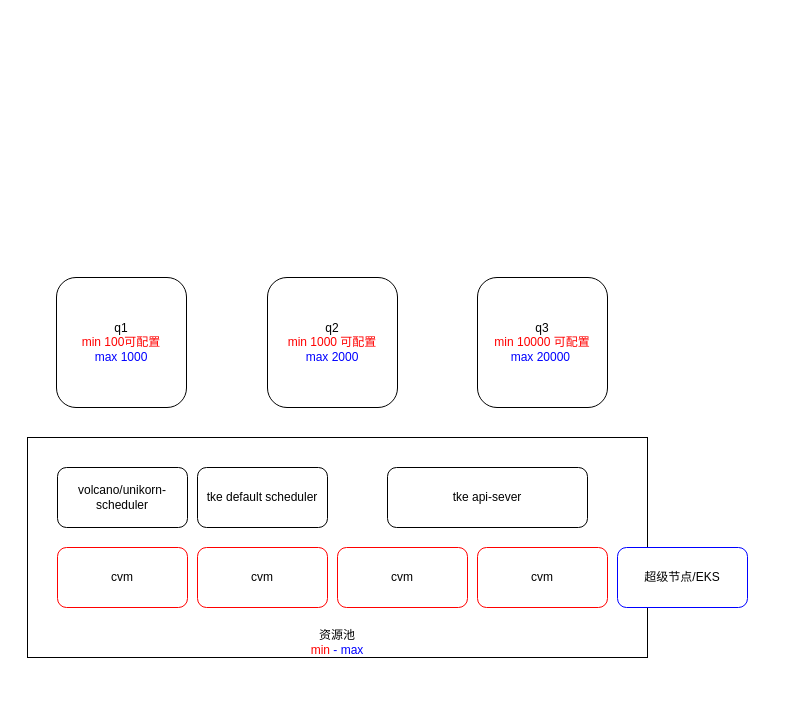
The draw.io diagram dlc-资源池设计.drawio in yuhuali1989/ui, before the edit. Source tidied: cells renumbered, new cells numbered last; positions are measured from the earlier drawing's top-left corner, leaving out a move shared by most shapes. Both pictures are drawn from the tidied source at 100%, with x=0, y=0 at pixel (27, 277).
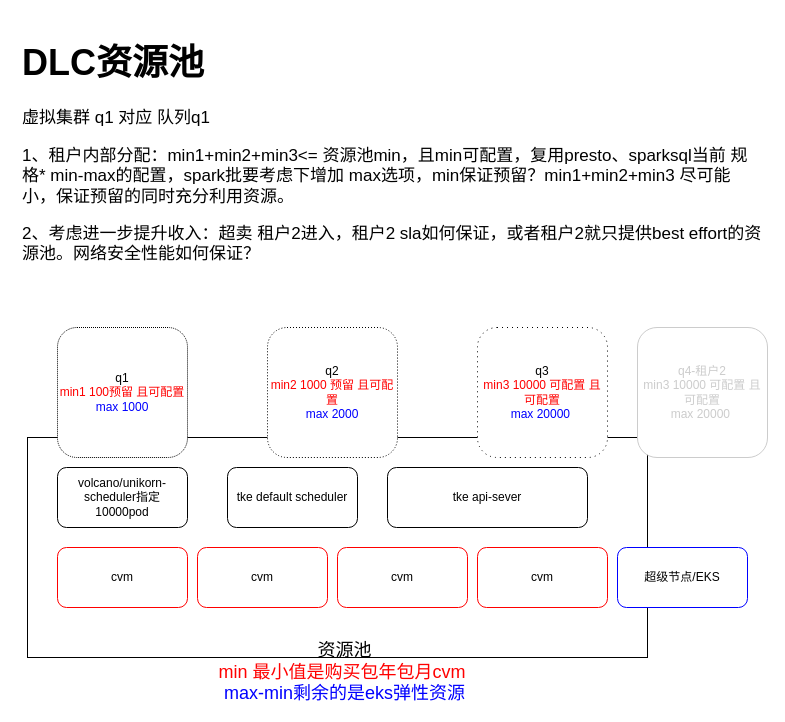
The same diagram, later.

Commit message (it also covers changes not shown here):
Update dlc-资源池设计.drawio

The edit, as a diff of the source:
```diff
@@
 <mxGraphModel>
   <root>
     <mxCell id="0" />
     <mxCell id="1" parent="0" />
     <mxCell id="2" style="rounded=0;whiteSpace=wrap;html=1;" parent="1" vertex="1">
       <mxGeometry y="160" width="620" height="220" as="geometry" />
     </mxCell>
     <mxCell id="3" value="tke api-sever" style="rounded=1;whiteSpace=wrap;html=1;" parent="1" vertex="1">
       <mxGeometry x="360" y="190" width="200" height="60" as="geometry" />
     </mxCell>
     <mxCell id="4" value="cvm" style="rounded=1;whiteSpace=wrap;html=1;strokeColor=#FF0000;" parent="1" vertex="1">
       <mxGeometry x="30" y="270" width="130" height="60" as="geometry" />
     </mxCell>
     <mxCell id="5" value="cvm" style="rounded=1;whiteSpace=wrap;html=1;strokeColor=#FF0000;" parent="1" vertex="1">
       <mxGeometry x="170" y="270" width="130" height="60" as="geometry" />
     </mxCell>
     <mxCell id="6" value="cvm" style="rounded=1;whiteSpace=wrap;html=1;strokeColor=#FF0000;" parent="1" vertex="1">
       <mxGeometry x="310" y="270" width="130" height="60" as="geometry" />
     </mxCell>
     <mxCell id="7" value="cvm" style="rounded=1;whiteSpace=wrap;html=1;strokeColor=#FF0000;" parent="1" vertex="1">
       <mxGeometry x="450" y="270" width="130" height="60" as="geometry" />
     </mxCell>
-    <mxCell id="8" value="q1&lt;br&gt;&lt;font color=&quot;#ff0000&quot;&gt;min 100可配置&lt;br&gt;&lt;/font&gt;&lt;font color=&quot;#0000ff&quot;&gt;max 1000&lt;/font&gt;" style="rounded=1;whiteSpace=wrap;html=1;" parent="1" vertex="1">
-      <mxGeometry x="29" width="130" height="130" as="geometry" />
+    <mxCell id="8" value="q1&lt;br&gt;&lt;font color=&quot;#ff0000&quot;&gt;min1 100预留 且可配置&lt;br&gt;&lt;/font&gt;&lt;font color=&quot;#0000ff&quot;&gt;max 1000&lt;/font&gt;" style="rounded=1;whiteSpace=wrap;html=1;dashed=1;dashPattern=1 1;" parent="1" vertex="1">
+      <mxGeometry x="30" y="50" width="130" height="130" as="geometry" />
     </mxCell>
-    <mxCell id="9" value="q2&lt;br&gt;&lt;font color=&quot;#ff0000&quot;&gt;min 1000 可配置&lt;br&gt;&lt;/font&gt;&lt;font color=&quot;#0000ff&quot;&gt;max 2000&lt;/font&gt;" style="rounded=1;whiteSpace=wrap;html=1;" parent="1" vertex="1">
-      <mxGeometry x="240" width="130" height="130" as="geometry" />
+    <mxCell id="9" value="q2&lt;br&gt;&lt;font color=&quot;#ff0000&quot;&gt;min2 1000 预留 且可配置&lt;br&gt;&lt;/font&gt;&lt;font color=&quot;#0000ff&quot;&gt;max 2000&lt;/font&gt;" style="rounded=1;whiteSpace=wrap;html=1;dashed=1;dashPattern=1 2;" parent="1" vertex="1">
+      <mxGeometry x="240" y="50" width="130" height="130" as="geometry" />
     </mxCell>
-    <mxCell id="10" value="q3&lt;br&gt;&lt;font color=&quot;#ff0000&quot;&gt;min 10000 可配置&lt;br&gt;&lt;/font&gt;&lt;font color=&quot;#0000ff&quot;&gt;max 20000&amp;nbsp;&lt;/font&gt;" style="rounded=1;whiteSpace=wrap;html=1;" parent="1" vertex="1">
-      <mxGeometry x="450" width="130" height="130" as="geometry" />
+    <mxCell id="10" value="q3&lt;br&gt;&lt;font color=&quot;#ff0000&quot;&gt;min3 10000 可配置 且可配置&lt;br&gt;&lt;/font&gt;&lt;font color=&quot;#0000ff&quot;&gt;max 20000&amp;nbsp;&lt;/font&gt;" style="rounded=1;whiteSpace=wrap;html=1;dashed=1;dashPattern=1 4;" parent="1" vertex="1">
+      <mxGeometry x="450" y="50" width="130" height="130" as="geometry" />
     </mxCell>
-    <mxCell id="11" value="volcano/unikorn-scheduler" style="rounded=1;whiteSpace=wrap;html=1;" parent="1" vertex="1">
+    <mxCell id="11" value="volcano/unikorn-scheduler指定 10000pod" style="rounded=1;whiteSpace=wrap;html=1;" parent="1" vertex="1">
       <mxGeometry x="30" y="190" width="130" height="60" as="geometry" />
     </mxCell>
     <mxCell id="12" value="tke default scheduler" style="rounded=1;whiteSpace=wrap;html=1;" parent="1" vertex="1">
-      <mxGeometry x="170" y="190" width="130" height="60" as="geometry" />
+      <mxGeometry x="200" y="190" width="130" height="60" as="geometry" />
     </mxCell>
     <mxCell id="13" value="超级节点/EKS" style="rounded=1;whiteSpace=wrap;html=1;strokeColor=#0000FF;" parent="1" vertex="1">
       <mxGeometry x="590" y="270" width="130" height="60" as="geometry" />
     </mxCell>
-    <mxCell id="14" value="&lt;font color=&quot;#000000&quot;&gt;资源池&lt;/font&gt; &lt;font color=&quot;#ff0000&quot;&gt;min&lt;/font&gt; - max" style="text;html=1;strokeColor=none;fillColor=none;align=center;verticalAlign=middle;whiteSpace=wrap;rounded=0;fontColor=#0000FF;" parent="1" vertex="1">
-      <mxGeometry x="280" y="350" width="60" height="30" as="geometry" />
+    <mxCell id="14" value="&lt;font style=&quot;font-size: 18px;&quot;&gt;&lt;font style=&quot;font-size: 18px;&quot; color=&quot;#000000&quot;&gt;资源池&lt;/font&gt; &lt;br&gt;&lt;font style=&quot;font-size: 18px;&quot; color=&quot;#ff0000&quot;&gt;min 最小值是购买包年包月cvm&lt;/font&gt;&amp;nbsp;&lt;br&gt;max-min剩余的是eks弹性资源&lt;/font&gt;" style="text;html=1;strokeColor=none;fillColor=none;align=center;verticalAlign=middle;whiteSpace=wrap;rounded=0;fontColor=#0000FF;" parent="1" vertex="1">
+      <mxGeometry x="185" y="380" width="265" height="30" as="geometry" />
     </mxCell>
+    <mxCell id="15" value="&lt;h1&gt;DLC资源池&lt;/h1&gt;&lt;p style=&quot;font-size: 17px;&quot;&gt;&lt;font style=&quot;font-size: 17px;&quot;&gt;虚拟集群 q1 对应 队列q1&lt;/font&gt;&lt;/p&gt;&lt;p style=&quot;font-size: 17px;&quot;&gt;&lt;span style=&quot;background-color: initial;&quot;&gt;1、租户内部分配：min1+min2+min3&amp;lt;= 资源池min，且min可配置，复用presto、sparksql当前 规格* min-max的配置，spark批要考虑下增加 max选项，min保证预留？min1+min2+min3 尽可能小，保证预留的同时充分利用资源。&lt;/span&gt;&lt;br&gt;&lt;/p&gt;&lt;p style=&quot;font-size: 17px;&quot;&gt;&lt;span style=&quot;background-color: initial;&quot;&gt;2、考虑进一步提升收入：超卖 租户2进入，租户2 sla如何保证，或者租户2就只提供best effort的资源池。网络安全性能如何保证？&lt;/span&gt;&lt;/p&gt;&lt;p style=&quot;font-size: 17px;&quot;&gt;&lt;span style=&quot;background-color: initial;&quot;&gt;&lt;br&gt;&lt;/span&gt;&lt;/p&gt;" style="text;html=1;strokeColor=none;fillColor=none;spacing=5;spacingTop=-20;whiteSpace=wrap;overflow=hidden;rounded=0;fontSize=18;fontColor=#000000;" parent="1" vertex="1">
+      <mxGeometry x="-10" y="-250" width="750" height="280" as="geometry" />
+    </mxCell>
+    <mxCell id="16" value="q4-租户2&lt;br&gt;&lt;font&gt;min3 10000 可配置 且可配置&lt;br&gt;&lt;/font&gt;&lt;font&gt;max 20000&amp;nbsp;&lt;/font&gt;" style="rounded=1;whiteSpace=wrap;html=1;strokeColor=#CCCCCC;fontColor=#CCCCCC;" parent="1" vertex="1">
+      <mxGeometry x="610" y="50" width="130" height="130" as="geometry" />
+    </mxCell>
   </root>
 </mxGraphModel>
```
